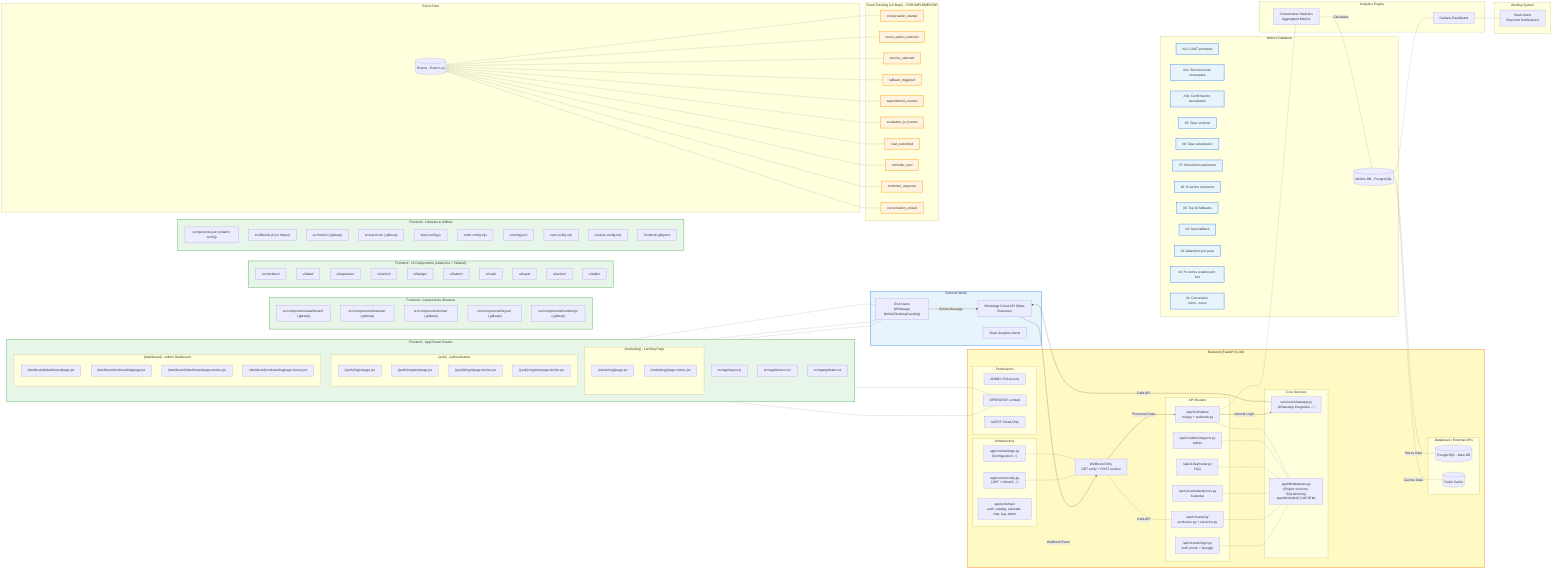
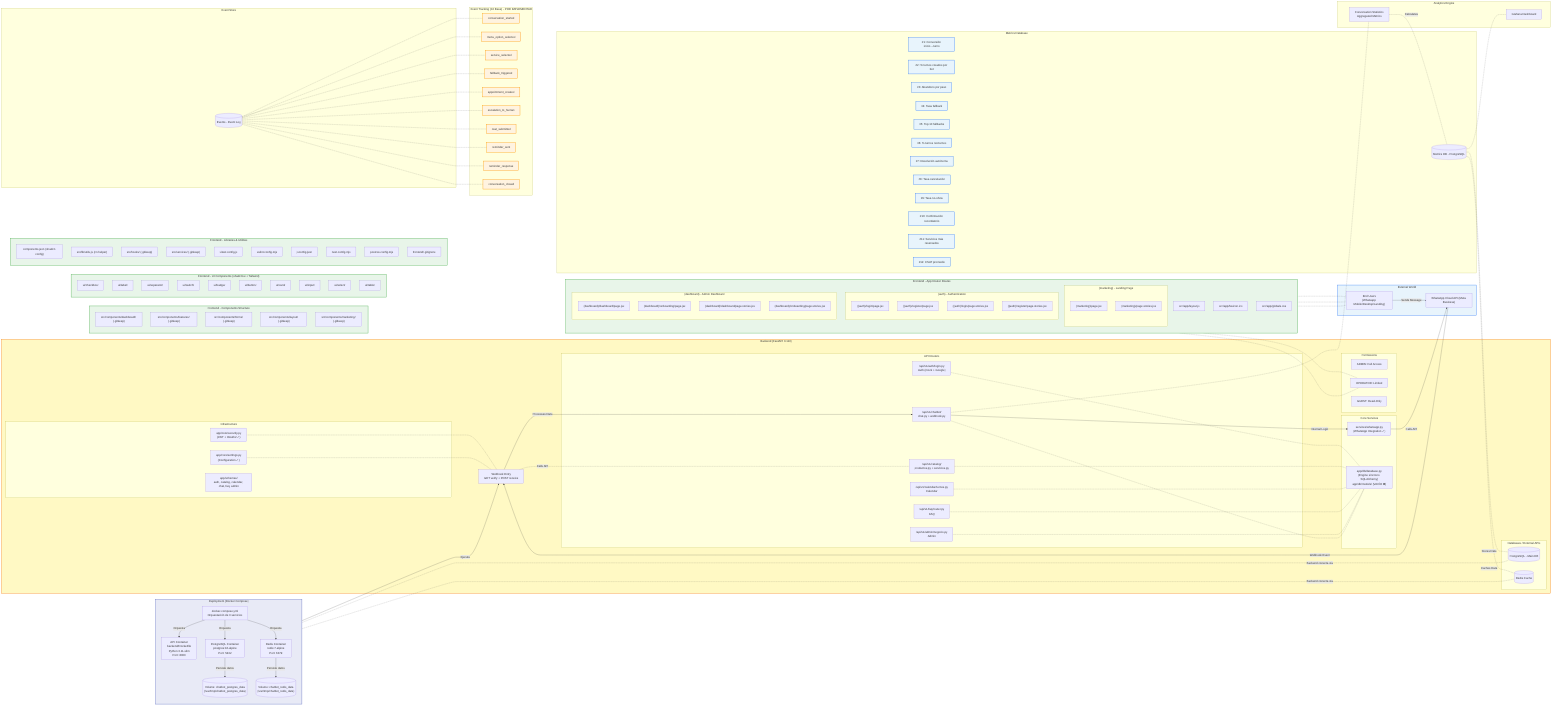
flowchart LR
    %% ============================
    %% DIAGRAMA UNIFICADO V1.0
    %% chatbot-comercial - Full Stack Integration
    %% Stack: Next.js 16 + FastAPI 0.110 + WhatsApp Cloud API
    %% ============================

    subgraph ExternalWorld["External World"]
        Meta["WhatsApp Cloud API (Meta Business)"]
        Users["End Users<br/>(Whatsapp Mobile/Desktop/Landing)"]
-         Slack["Slack Analytics Alerts"]
    end

    style ExternalWorld fill:#e8f4fc,stroke:#3b82f6,stroke-width:2px

    %% ============================
    %% FRONTEND: chatbot-comercial
    %% Stack: Next.js 16 + React 19 + TailwindCSS 4 + shadcn/ui
    %% ============================

    subgraph FrontendApp["Frontend - App Router Routes"]
        direction TB

        Layout["src/app/layout.js"]:::done

        subgraph "(marketing) - Landing Page"
            MarketingPage["(marketing)/page.jsx"]:::done
            MarketingPageStory["(marketing)/page.stories.jsx"]:::done
        end

        subgraph "(auth) - Authentication"
            direction TB
            LoginPage["((auth)/login/page.jsx"]:::done
            RegisterPage["((auth)/register/page.jsx"]:::done

            LoginPageStory["((auth)/login/page.stories.jsx"]:::done
            RegisterPageStory["((auth)/register/page.stories.jsx"]:::done
        end

        subgraph "(dashboard) - Admin Dashboard"
            direction TB
            DashboardPage["(dashboard)/dashboard/page.jsx"]:::done
            OnboardingPage["(dashboard)/onboarding/page.jsx"]:::done

            DashboardPageStory["(dashboard)/dashboard/page.stories.jsx"]:::done
            OnboardingPageStory["(dashboard)/onboarding/page.stories.jsx"]:::done
        end

        Icons["src/app/favicon.ico"]:::done
        GlobalStyles["src/app/globals.css"]:::done
    end

    style FrontendApp fill:#e8f5e9,stroke:#4caf50,stroke-width:2px

    subgraph FrontendComponents["Frontend - Components Structure"]
        direction TB

        DashboardComp["src/components/dashboard/ (.gitkeep)"]:::placeholder
        FeaturesComp["src/components/features/ (.gitkeep)"]:::placeholder
        FormComp["src/components/forms/ (.gitkeep)"]:::placeholder
        LayoutComp["src/components/layout/ (.gitkeep)"]:::placeholder
        MarketingComp["src/components/marketing/ (.gitkeep)"]:::placeholder
    end

    style FrontendComponents fill:#e8f5e9,stroke:#4caf50,stroke-width:2px

    subgraph FrontendUI["Frontend - UI Components (shadcn/ui + Tailwind)"]
        direction TB

        Checkbox["ui/checkbox/"]:::done
        Label["ui/label/"]:::done
        Separator["ui/separator/"]:::done
        Switch["ui/switch/"]:::done
        Badge["ui/badge/"]:::done
        Button["ui/button/"]:::done
        Card["ui/card/"]:::done
        Input["ui/input/"]:::done
        Select["ui/select/"]:::done
        Table["ui/table/"]:::done
    end

    style FrontendUI fill:#e8f5e9,stroke:#4caf50,stroke-width:2px

    subgraph FrontendLib["Frontend - Libraries & Utilities"]
        ComponentsJSON["components.json (shadcn config)"]:::done
        Utils["src/lib/utils.js (cn helper)"]:::done
        Hooks["src/hooks/ (.gitkeep)"]:::placeholder
        Services["src/services/ (.gitkeep)"]:::placeholder
        Vitest["vitest.config.js"]:::done
        ESLint["eslint.config.mjs"]:::done
        JSConfig["jsconfig.json"]:::done
        NextConfig["next.config.mjs"]:::done
        PostCSS["postcss.config.mjs"]:::done
        GitIgnore["frontend/.gitignore"]:::done
    end

    style FrontendLib fill:#e8f5e9,stroke:#4caf50,stroke-width:2px

    %% ============================
    %% BACKEND Application (FastAPI)
    %% ============================

    subgraph BE["Backend (FastAPI 0.110)"]
        subgraph "API Routers"
            Auth["/api/v1/auth/login.py<br/>Auth (mock + Google)"]
            Catalog["/api/v1/catalog/<br/>productos.py + servicios.py"]
            Calendar["/api/v1/calendar/turnos.py<br/>Calendar"]
            FAQ["/api/v1/faq/router.py<br/>FAQ"]
            ChatbotRouter["/api/v1/chatbot/<br/>chat.py + webhook.py"]
            Admin["/api/v1/admin/negocio.py<br/>Admin"]
        end

        Webhook["Webhook Entry<br/>GET verify + POST receive"]

        subgraph "Core Services"
            WhatsAppService["services/whatsapp.py<br/>(WhatsApp Integration ✓)"]
            DB_Logic["app/db/database.py<br/>(Engine síncrono SQLAlchemy)<br/>app/db/models/ (VACÍO ❌)"]
        end

        subgraph "Infrastructure"
            Settings["app/core/settings.py<br/>(Configuration ✓)"]
            Security["app/core/security.py<br/>(JWT + OAuth2 ✓)"]
            Schemas["app/schemas/<br/>auth, catalog, calendar, chat, faq, admin"]
        end

        subgraph "Databases / External APIs"
            PG[(PostgreSQL - Main DB)]
            Redis[(Redis Cache)]
        end

        subgraph "Permissions"
            AdminRole["ADMIN: Full Access"]
            OperatorRole["OPERATOR: Limited"]
            GuestRole["GUEST: Read-Only"]
        end
    end

    style BE fill:#fff9c4,stroke:#f57f17,stroke-width:2px
+ 
+     %% ============================
+     %% DEPLOYMENT - Docker Compose
+     %% ============================
+ 
+     subgraph DockerDeploy["Deployment (Docker Compose)"]
+         direction TB
+ 
+         DockerCompose["docker-compose.yml<br/>Orquestación de 3 servicios"]
+ 
+         APIContainer["API Container<br/>backend/Dockerfile<br/>Python 3.11-slim<br/>Port: 8000"]
+         DBContainer["PostgreSQL Container<br/>postgres:16-alpine<br/>Port: 5432"]
+         RedisContainer["Redis Container<br/>redis:7-alpine<br/>Port: 6379"]
+ 
+         DBVolumen[("Volume: chatbot_postgres_data<br/>(/var/tmp/chatbot_postgres_data)")]
+         RedisVolumen[("Volume: chatbot_redis_data<br/>(/var/tmp/chatbot_redis_data)")]
+     end
+ 
+     style DockerDeploy fill:#e8eaf6,stroke:#5c6bc0,stroke-width:2px

    %% ============================
    %% EVENT TRACKING POINTS (10 BASE - Estándar del Proyecto)
    %% ============================

    subgraph EventTracking["Event Tracking (10 Base) - POR IMPLEMENTAR"]
        ConvStarted["conversation_started"]:::event
        MenuOption["menu_option_selected"]:::event
        ServiceSel["service_selected"]:::event
        FallbackTrig["fallback_triggered"]:::event
        AppointmentCreated["appointment_created"]:::event
        Escalation["escalation_to_human"]:::event
        CSAT["csat_submitted"]:::event
        ReminderSent["reminder_sent"]:::event
        ReminderResp["reminder_response"]:::event
        ConvClosed["conversation_closed"]:::event
    end

    classDef event fill:#fff3e0,stroke:#ff9800,stroke-width:2px;

    %% ============================
    %% MÉTRICAS CRÍTICAS (12 Total)
    %% ============================

    subgraph "Metrics Database"
        MetricsDB[(Metrics DB - PostgreSQL)]

        ConvRate["#1: Conversión inicio→turno"]:::metric
        PctBotTurnos["#2: % turnos creados por bot"]:::metric
        AbandonoRate["#3: Abandono por paso"]:::metric
        FallbackRate["#4: Tasa fallback"]:::metric
        TopFallbacks["#5: Top 10 fallbacks"]:::metric
        NocturnoPct["#6: % turnos nocturnos"]:::metric
        ResolucionRate["#7: Resolución autónoma"]:::metric
        CancelRate["#8: Tasa cancelación"]:::metric
        NoShowRate["#9: Tasa no-show"]:::metric
        ConfirmRate["#10: Confirmación recordatorio"]:::metric
        TopServicios["#11: Servicios más reservados"]:::metric
        CSATAvg["#12: CSAT promedio"]:::metric
    end

    classDef metric fill:#e8f4fc,stroke:#3b82f6,stroke-width:2px;

    %% ============================
    %% DASHBOARD & REPORTING
    %% ============================

    subgraph "Analytics Engine"
        Grafana["Grafana Dashboard"]
        Stats["Conversation Statistics<br/>Aggregated Metrics"]
    end

    subgraph "Event Store"
        Events[(Events - Event Log)]
    end

-     subgraph "Alerting System"
-         SlackAlerts["Slack Alerts<br/>Real-time Notifications"]
-     end

    %% ============================
    %% CONEXIONES - Leyenda: --> = implementado | -.- = pendiente
    %% ============================

    Users -->|Sends Message| Meta
    MarketingPage -.- Users
    LoginPage & RegisterPage -.- Users
    DashboardPage & OnboardingPage -.- OperatorRole

    Meta -->|Webhook Event| Webhook
    Webhook -->|Processes Data| ChatbotRouter
    Webhook -.-|Calls API| Catalog
    Auth & Catalog & Calendar & FAQ & Admin -.- DB_Logic

    ChatbotRouter -->|Internal Logic| WhatsAppService
    WhatsAppService -->|Calls API| Meta

    ChatbotRouter -.- DB_Logic
    Security -.- Webhook
    Settings -.- Webhook
+ 
+     %% ============================
+     %% DEPLOYMENT CONNECTIONS
+     %% ============================
+ 
+     DockerCompose -->|Orquesta| APIContainer
+     DockerCompose -->|Orquesta| DBContainer
+     DockerCompose -->|Orquesta| RedisContainer
+ 
+     APIContainer -->|Ejecuta| Webhook
+     DBContainer -->|Persiste datos| DBVolumen
+     RedisContainer -->|Persiste datos| RedisVolumen
+ 
+     DBContainer -.-|Backend conecta vía| PG
+     RedisContainer -.-|Backend conecta vía| Redis

    %% ============================
    %% INTEGRACIÓN DE EVENTOS EN METRICS DB
    %% ============================

    Events -.- ConvStarted
    Events -.- MenuOption
    Events -.- ServiceSel
    Events -.- FallbackTrig
    Events -.- AppointmentCreated
    Events -.- Escalation
    Events -.- CSAT
    Events -.- ReminderSent
    Events -.- ReminderResp
    Events -.- ConvClosed

    %% ============================
    %% CÁLCULO DE MÉTRICAS
    %% ============================

    ChatbotRouter -.- Stats
    Stats -.-|Calculates| MetricsDB

    ConvRate ~~~ Stats
    PctBotTurnos ~~~ Stats
    AbandonoRate ~~~ Stats
    FallbackRate ~~~ Stats
    TopFallbacks ~~~ Stats
    NocturnoPct ~~~ Stats
    ResolucionRate ~~~ Stats
    CancelRate ~~~ Stats
    NoShowRate ~~~ Stats
    ConfirmRate ~~~ Stats
    TopServicios ~~~ Stats
    CSATAvg ~~~ Stats

    %% ============================
    %% PERSISTENCIA Y VISUALIZACIÓN
    %% ============================

    MetricsDB -.- Grafana
-     Grafana -.- SlackAlerts

    MetricsDB -.-|Stores Data| PG
    MetricsDB -.-|Caches Data| Redis
